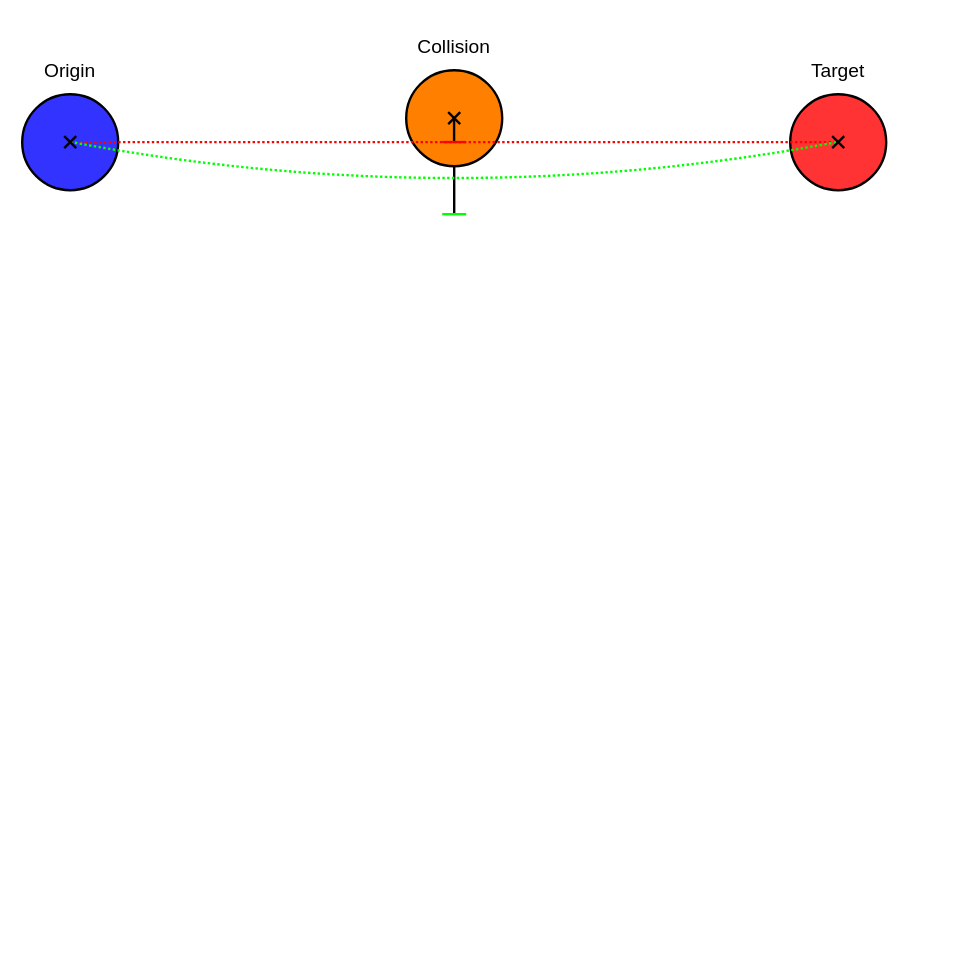
The draw.io diagram notes/img/NavigationRules/OrbitTargetAngles.drawio in NXXR/Master-Thesis, before the edit. Source tidied: cells renumbered, new cells numbered last; positions are measured from the earlier drawing's top-left corner, leaving out a move shared by most shapes. Both pictures are drawn from the tidied source at 120%, with x=0, y=0 at pixel (22, 22).
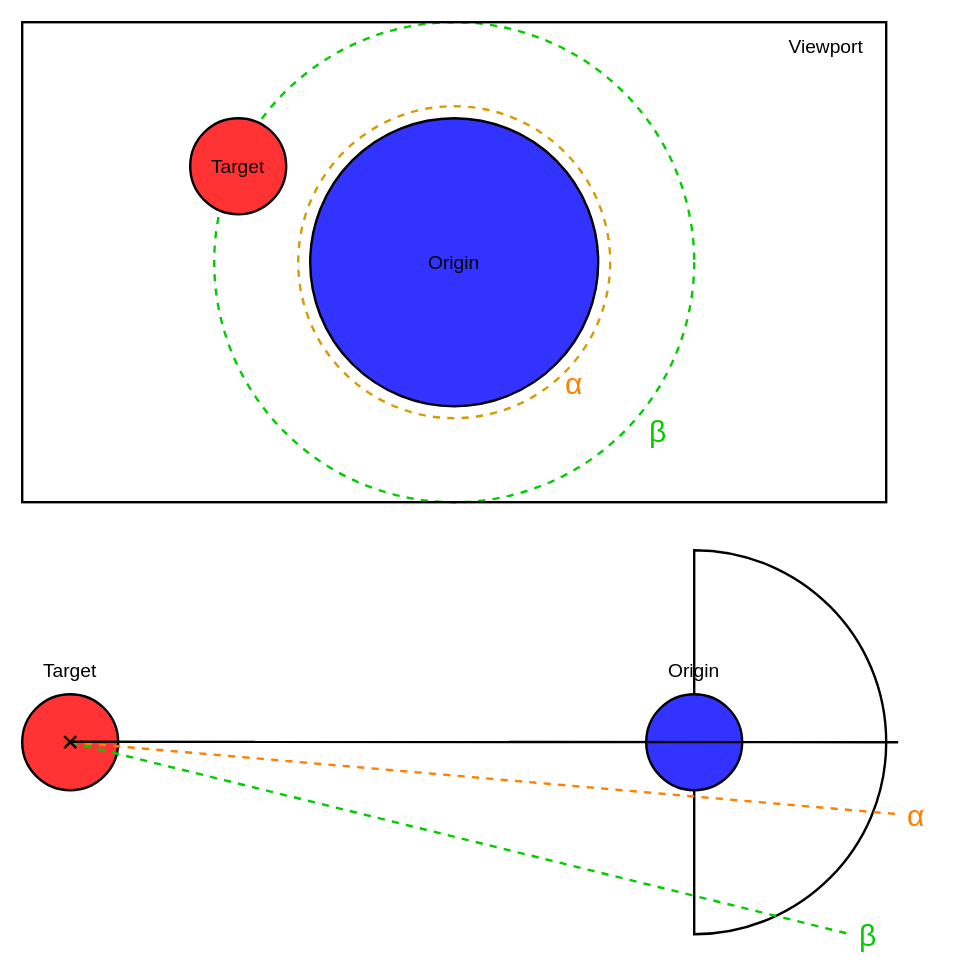
After the change.

The edit, as a diff of the source:
```diff
@@
+    <mxCell id="20" style="ellipse;whiteSpace=wrap;html=1;fillColor=none;dashed=1;strokeWidth=2;strokeColor=#00CC00;" parent="1" vertex="1">
+      <mxGeometry x="160" width="400" height="400" as="geometry" />
+    </mxCell>
+    <mxCell id="21" style="rounded=0;whiteSpace=wrap;html=1;strokeWidth=2;fillColor=none;" parent="1" vertex="1">
+      <mxGeometry width="720" height="400" as="geometry" />
+    </mxCell>
+    <mxCell id="22" style="verticalLabelPosition=bottom;verticalAlign=top;html=1;shape=mxgraph.basic.half_circle;strokeColor=#000000;strokeWidth=2;fillColor=none;fontFamily=Helvetica;fontSize=25;fontColor=#FF8000;rotation=-90;" parent="1" vertex="1">
+      <mxGeometry x="480" y="520" width="320" height="160" as="geometry" />
+    </mxCell>
-    <mxCell id="2" style="ellipse;whiteSpace=wrap;html=1;strokeWidth=2;fontFamily=Helvetica;fontSize=25;fontColor=#FF8000;fillColor=#3333FF;" parent="1" vertex="1">
-      <mxGeometry y="60" width="80" height="80" as="geometry" />
+    <mxCell id="2" style="ellipse;whiteSpace=wrap;html=1;strokeWidth=2;fontFamily=Helvetica;fontSize=25;fontColor=#FF8000;fillColor=#FF3333;" parent="1" vertex="1">
+      <mxGeometry y="560" width="80" height="80" as="geometry" />
     </mxCell>
+    <mxCell id="23" style="ellipse;whiteSpace=wrap;html=1;strokeWidth=2;dashed=1;strokeColor=#d79b00;fillColor=none;" parent="1" vertex="1">
+      <mxGeometry x="230" y="70" width="260" height="260" as="geometry" />
+    </mxCell>
+    <mxCell id="24" value="&lt;div style=&quot;font-size: 16px;&quot;&gt;Viewport&lt;/div&gt;" style="text;html=1;strokeColor=none;fillColor=none;align=center;verticalAlign=middle;whiteSpace=wrap;rounded=0;fontSize=16;" parent="1" vertex="1">
+      <mxGeometry x="630" width="80" height="40" as="geometry" />
+    </mxCell>
+    <mxCell id="25" style="ellipse;whiteSpace=wrap;html=1;strokeWidth=2;fillColor=#3333FF;" parent="1" vertex="1">
+      <mxGeometry x="240" y="80" width="240" height="240" as="geometry" />
+    </mxCell>
+    <mxCell id="26" value="Origin" style="text;html=1;strokeColor=none;fillColor=none;align=center;verticalAlign=middle;whiteSpace=wrap;rounded=0;fontSize=16;fontStyle=0;" parent="1" vertex="1">
+      <mxGeometry x="320" y="180" width="80" height="40" as="geometry" />
+    </mxCell>
+    <mxCell id="27" value="&lt;span class=&quot;polytonic&quot; style=&quot;font-size: 25px;&quot;&gt;&lt;span style=&quot;font-size: 25px;&quot;&gt;α&lt;/span&gt;&lt;/span&gt;" style="text;html=1;align=center;verticalAlign=middle;whiteSpace=wrap;rounded=0;dashed=1;fontStyle=0;fontFamily=Helvetica;fontSize=25;fontColor=#FF8000;" parent="1" vertex="1">
+      <mxGeometry x="440" y="280" width="40" height="40" as="geometry" />
+    </mxCell>
-    <mxCell id="3" style="ellipse;whiteSpace=wrap;html=1;strokeWidth=2;fontFamily=Helvetica;fontSize=25;fontColor=#FF8000;fillColor=#FF3333;" parent="1" vertex="1">
-      <mxGeometry x="640" y="60" width="80" height="80" as="geometry" />
+    <mxCell id="3" style="ellipse;whiteSpace=wrap;html=1;strokeWidth=2;fontFamily=Helvetica;fontSize=25;fontColor=#FF8000;fillColor=#3333FF;" parent="1" vertex="1">
+      <mxGeometry x="520" y="560" width="80" height="80" as="geometry" />
     </mxCell>
+    <mxCell id="28" style="endArrow=none;html=1;strokeWidth=2;fontFamily=Helvetica;fontSize=25;fontColor=#FF8000;dashed=1;strokeColor=#FF8000;" parent="1" edge="1">
+      <mxGeometry relative="1" as="geometry">
+        <mxPoint x="40" y="600" as="sourcePoint" />
+        <mxPoint x="730" y="660" as="targetPoint" />
+      </mxGeometry>
+    </mxCell>
+    <mxCell id="29" value="&lt;span class=&quot;polytonic&quot; style=&quot;font-size: 25px;&quot;&gt;&lt;span style=&quot;font-size: 25px;&quot;&gt;α&lt;/span&gt;&lt;/span&gt;" style="text;html=1;align=center;verticalAlign=middle;whiteSpace=wrap;rounded=0;dashed=1;fontStyle=0;fontFamily=Helvetica;fontSize=25;fontColor=#FF8000;" parent="1" vertex="1">
+      <mxGeometry x="730" y="640" width="30" height="40" as="geometry" />
+    </mxCell>
+    <mxCell id="30" style="endArrow=none;dashed=1;html=1;strokeWidth=2;fontFamily=Helvetica;fontSize=25;fontColor=#FF8000;strokeColor=#00CC00;" parent="1" edge="1">
+      <mxGeometry relative="1" as="geometry">
+        <mxPoint x="40" y="600" as="sourcePoint" />
+        <mxPoint x="690" y="760" as="targetPoint" />
+      </mxGeometry>
+    </mxCell>
+    <mxCell id="31" style="endArrow=none;html=1;strokeWidth=2;fontFamily=Helvetica;fontSize=25;fontColor=#FF8000;" parent="1" edge="1">
+      <mxGeometry relative="1" as="geometry">
+        <mxPoint x="40" y="599.6" as="sourcePoint" />
+        <mxPoint x="730" y="600" as="targetPoint" />
+      </mxGeometry>
+    </mxCell>
+    <mxCell id="32" style="endArrow=none;html=1;strokeWidth=2;fontFamily=Helvetica;fontSize=25;fontColor=#FF8000;" parent="1" edge="1">
+      <mxGeometry relative="1" as="geometry">
+        <mxPoint x="35" y="605" as="sourcePoint" />
+        <mxPoint x="45" y="595" as="targetPoint" />
+      </mxGeometry>
+    </mxCell>
+    <mxCell id="33" style="endArrow=none;html=1;strokeColor=#000000;strokeWidth=2;fontFamily=Helvetica;fontSize=25;fontColor=#FF8000;" parent="1" edge="1">
+      <mxGeometry relative="1" as="geometry">
+        <mxPoint x="35" y="595" as="sourcePoint" />
+        <mxPoint x="45" y="605" as="targetPoint" />
+      </mxGeometry>
+    </mxCell>
     <mxCell id="4" value="Origin" style="text;html=1;strokeColor=none;fillColor=none;align=center;verticalAlign=middle;whiteSpace=wrap;rounded=0;fontSize=16;fontStyle=0;" parent="1" vertex="1">
-      <mxGeometry y="20" width="80" height="40" as="geometry" />
+      <mxGeometry x="520" y="520" width="80" height="40" as="geometry" />
     </mxCell>
     <mxCell id="5" value="Target" style="text;html=1;strokeColor=none;fillColor=none;align=center;verticalAlign=middle;whiteSpace=wrap;rounded=0;fontSize=16;fontStyle=0;" parent="1" vertex="1">
-      <mxGeometry x="640" y="20" width="80" height="40" as="geometry" />
+      <mxGeometry y="520" width="80" height="40" as="geometry" />
     </mxCell>
-    <mxCell id="6" style="ellipse;whiteSpace=wrap;html=1;strokeWidth=2;fillColor=#FF8000;" parent="1" vertex="1">
-      <mxGeometry x="320" y="40" width="80" height="80" as="geometry" />
-    </mxCell>
-    <mxCell id="7" value="Collision" style="text;html=1;strokeColor=none;fillColor=none;align=center;verticalAlign=middle;whiteSpace=wrap;rounded=0;fontSize=16;fontStyle=0;" parent="1" vertex="1">
-      <mxGeometry x="320" width="80" height="40" as="geometry" />
-    </mxCell>
-    <mxCell id="8" style="endArrow=none;html=1;strokeWidth=2;dashed=1;dashPattern=1 1;strokeColor=#FF0000;" parent="1" edge="1">
-      <mxGeometry relative="1" as="geometry">
-        <mxPoint x="40" y="99.9" as="sourcePoint" />
-        <mxPoint x="680" y="99.9" as="targetPoint" />
-      </mxGeometry>
-    </mxCell>
-    <mxCell id="9" style="endArrow=none;html=1;strokeWidth=2;" parent="1" edge="1">
-      <mxGeometry relative="1" as="geometry">
-        <mxPoint x="355" y="85" as="sourcePoint" />
-        <mxPoint x="365" y="75" as="targetPoint" />
-      </mxGeometry>
-    </mxCell>
-    <mxCell id="10" style="endArrow=none;html=1;strokeWidth=2;" parent="1" edge="1">
-      <mxGeometry relative="1" as="geometry">
-        <mxPoint x="365" y="85" as="sourcePoint" />
-        <mxPoint x="355" y="75" as="targetPoint" />
-      </mxGeometry>
-    </mxCell>
-    <mxCell id="11" style="endArrow=none;html=1;strokeWidth=2;fillColor=#fff2cc;" parent="1" edge="1">
-      <mxGeometry relative="1" as="geometry">
-        <mxPoint x="359.9" y="100" as="sourcePoint" />
-        <mxPoint x="359.9" y="80" as="targetPoint" />
-      </mxGeometry>
-    </mxCell>
-    <mxCell id="12" style="endArrow=none;html=1;strokeColor=#000000;strokeWidth=2;" parent="1" edge="1" target="6">
-      <mxGeometry relative="1" as="geometry">
-        <mxPoint x="360" y="160" as="sourcePoint" />
-      </mxGeometry>
-    </mxCell>
-    <mxCell id="13" style="endArrow=none;html=1;strokeWidth=2;dashed=1;dashPattern=1 1;curved=1;strokeColor=#00FF00;" parent="1" edge="1">
-      <mxGeometry relative="1" as="geometry">
-        <mxPoint x="40" y="99.7" as="sourcePoint" />
-        <mxPoint x="680" y="99.7" as="targetPoint" />
-        <Array as="points">
-          <mxPoint x="360" y="160" />
-        </Array>
-      </mxGeometry>
-    </mxCell>
-    <mxCell id="14" style="endArrow=none;html=1;strokeWidth=2;strokeColor=#FF0000;" parent="1" edge="1">
-      <mxGeometry relative="1" as="geometry">
-        <mxPoint x="350" y="99.9" as="sourcePoint" />
-        <mxPoint x="370" y="99.9" as="targetPoint" />
-      </mxGeometry>
-    </mxCell>
-    <mxCell id="15" style="endArrow=none;html=1;strokeWidth=2;strokeColor=#00FF00;" parent="1" edge="1">
-      <mxGeometry relative="1" as="geometry">
-        <mxPoint x="370" y="160" as="sourcePoint" />
-        <mxPoint x="350" y="160" as="targetPoint" />
-      </mxGeometry>
-    </mxCell>
-    <mxCell id="16" style="endArrow=none;html=1;strokeWidth=2;" parent="1" edge="1">
-      <mxGeometry relative="1" as="geometry">
-        <mxPoint x="675" y="105" as="sourcePoint" />
-        <mxPoint x="685" y="95" as="targetPoint" />
-      </mxGeometry>
-    </mxCell>
-    <mxCell id="17" style="endArrow=none;html=1;strokeWidth=2;" parent="1" edge="1">
-      <mxGeometry relative="1" as="geometry">
-        <mxPoint x="685" y="105" as="sourcePoint" />
-        <mxPoint x="675" y="95" as="targetPoint" />
-      </mxGeometry>
-    </mxCell>
-    <mxCell id="18" style="endArrow=none;html=1;strokeWidth=2;" parent="1" edge="1">
-      <mxGeometry relative="1" as="geometry">
-        <mxPoint x="35" y="105" as="sourcePoint" />
-        <mxPoint x="45" y="95" as="targetPoint" />
-      </mxGeometry>
-    </mxCell>
-    <mxCell id="19" style="endArrow=none;html=1;strokeWidth=2;" parent="1" edge="1">
-      <mxGeometry relative="1" as="geometry">
-        <mxPoint x="45" y="105" as="sourcePoint" />
-        <mxPoint x="35" y="95" as="targetPoint" />
-      </mxGeometry>
-    </mxCell>
+    <mxCell id="34" value="&lt;span class=&quot;polytonic&quot;&gt;&lt;font color=&quot;#00cc00&quot;&gt;β&lt;/font&gt;&lt;/span&gt;" style="text;html=1;align=center;verticalAlign=middle;whiteSpace=wrap;rounded=0;dashed=1;fontStyle=0;fontFamily=Helvetica;fontSize=25;fontColor=#FF8000;" parent="1" vertex="1">
+      <mxGeometry x="510" y="320" width="40" height="40" as="geometry" />
+    </mxCell>
+    <mxCell id="35" value="&lt;span class=&quot;polytonic&quot;&gt;&lt;font color=&quot;#00cc00&quot;&gt;β&lt;/font&gt;&lt;/span&gt;" style="text;html=1;align=center;verticalAlign=middle;whiteSpace=wrap;rounded=0;dashed=1;fontStyle=0;fontFamily=Helvetica;fontSize=25;fontColor=#FF8000;" parent="1" vertex="1">
+      <mxGeometry x="690" y="740" width="30" height="40" as="geometry" />
+    </mxCell>
+    <mxCell id="36" style="ellipse;whiteSpace=wrap;html=1;strokeWidth=2;fontFamily=Helvetica;fontSize=25;fontColor=#FF8000;fillColor=#FF3333;" parent="1" vertex="1">
+      <mxGeometry x="140" y="80" width="80" height="80" as="geometry" />
+    </mxCell>
+    <mxCell id="37" value="Target" style="text;html=1;strokeColor=none;fillColor=none;align=center;verticalAlign=middle;whiteSpace=wrap;rounded=0;fontSize=16;fontStyle=0;" parent="1" vertex="1">
+      <mxGeometry x="140" y="100" width="80" height="40" as="geometry" />
+    </mxCell>
```
